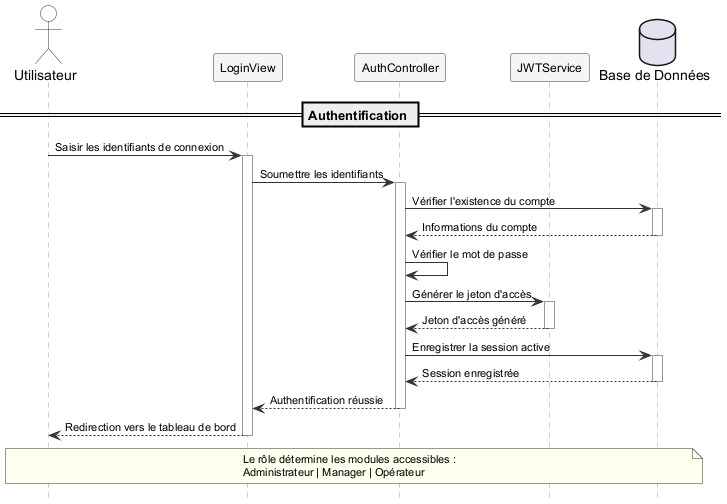
This is Rapport/diagrams/sprint1_seq.png from ayoubmek/PFE_data_science, a PlantUML export, as it was before one commit.
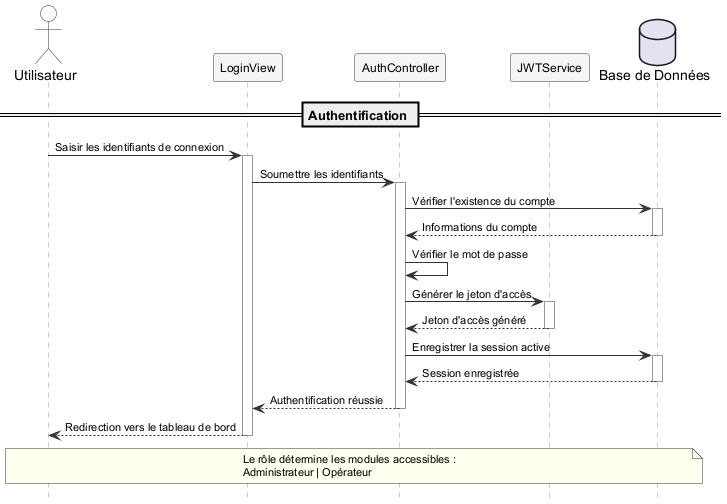
The same file after the commit.

The edit, as a diff of the source:
```diff
@@ -63,7 +63,7 @@
 
 note over U, DB
   Le rôle détermine les modules accessibles :
-  Administrateur | Manager | Opérateur
+  Administrateur | Opérateur
 end note
 
 @enduml
```
